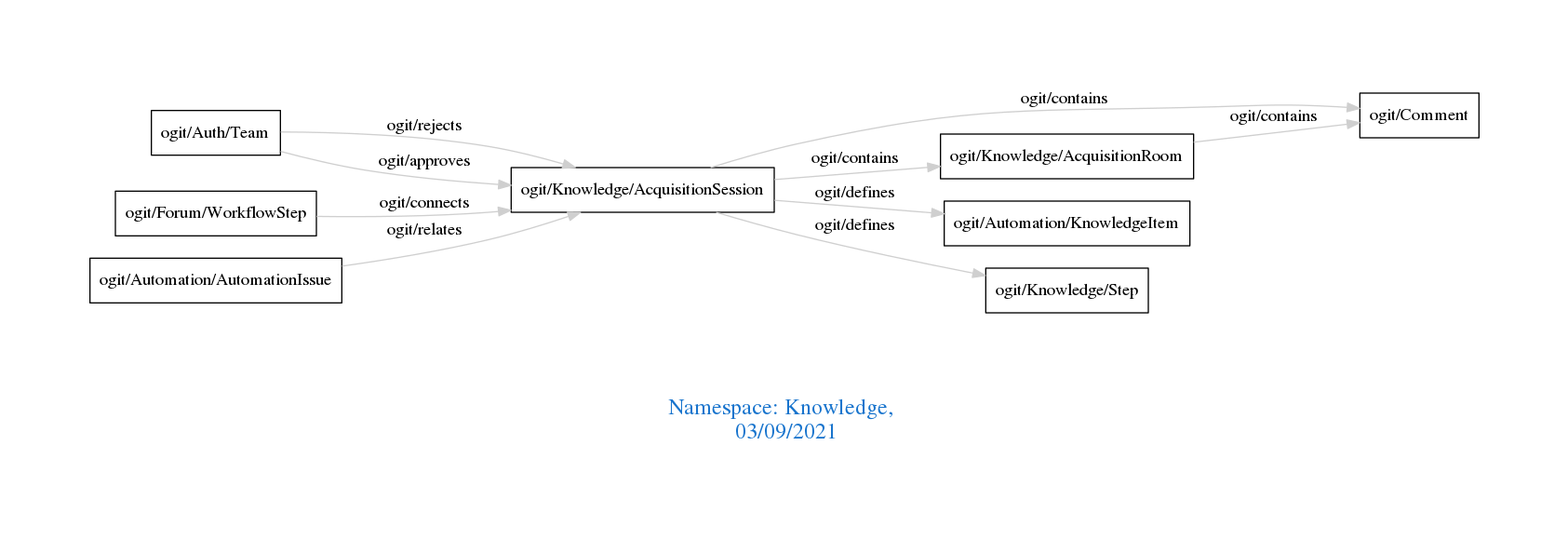
arago/OGIT keeps this Graphviz diagram as downloads/Knowledge.png. Above is the earlier version. Its source is kept beside it as downloads/Knowledge.dot.
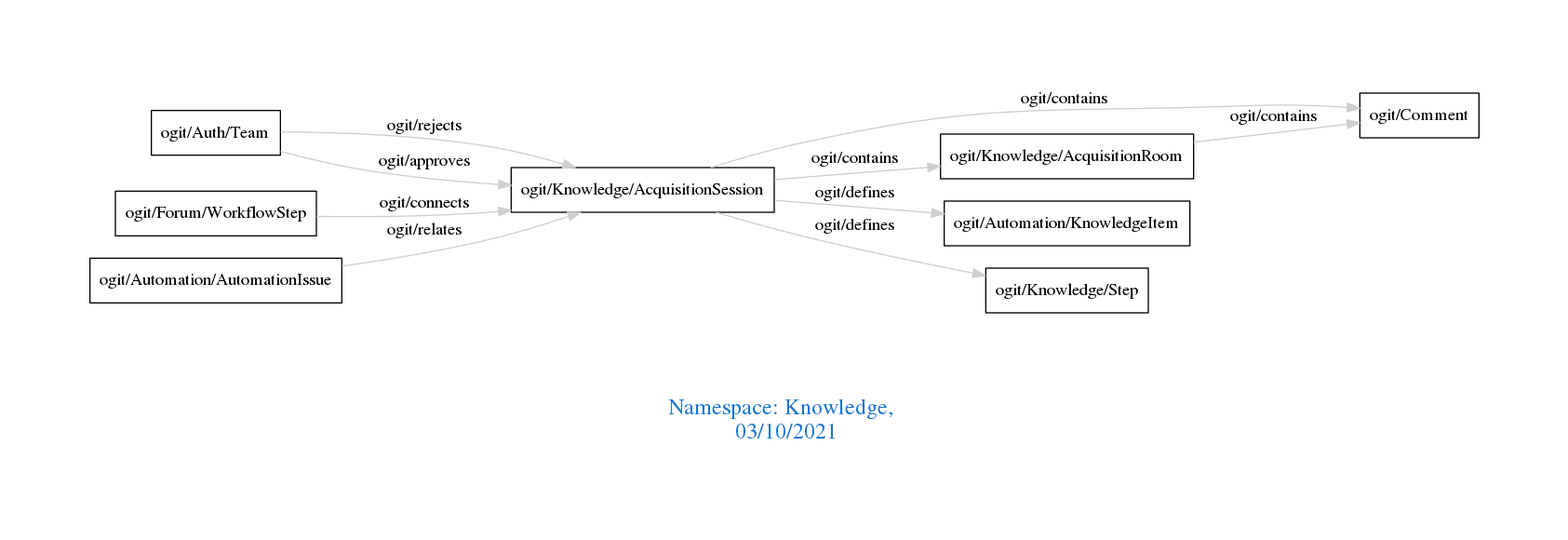
After the commit.

The edit, as a diff of the source:
```diff
@@ -1,7 +1,7 @@
 digraph OGIT_ontology {
  graph [ rankdir= LR,pad=1
 fontsize = 18,
-fontcolor= dodgerblue3,label = "\n\n\nNamespace: Knowledge, \n 03/09/2021"];
+fontcolor= dodgerblue3,label = "\n\n\nNamespace: Knowledge, \n 03/10/2021"];
 node[shape=polygon];
 edge [  color="gray81"];
 
```
